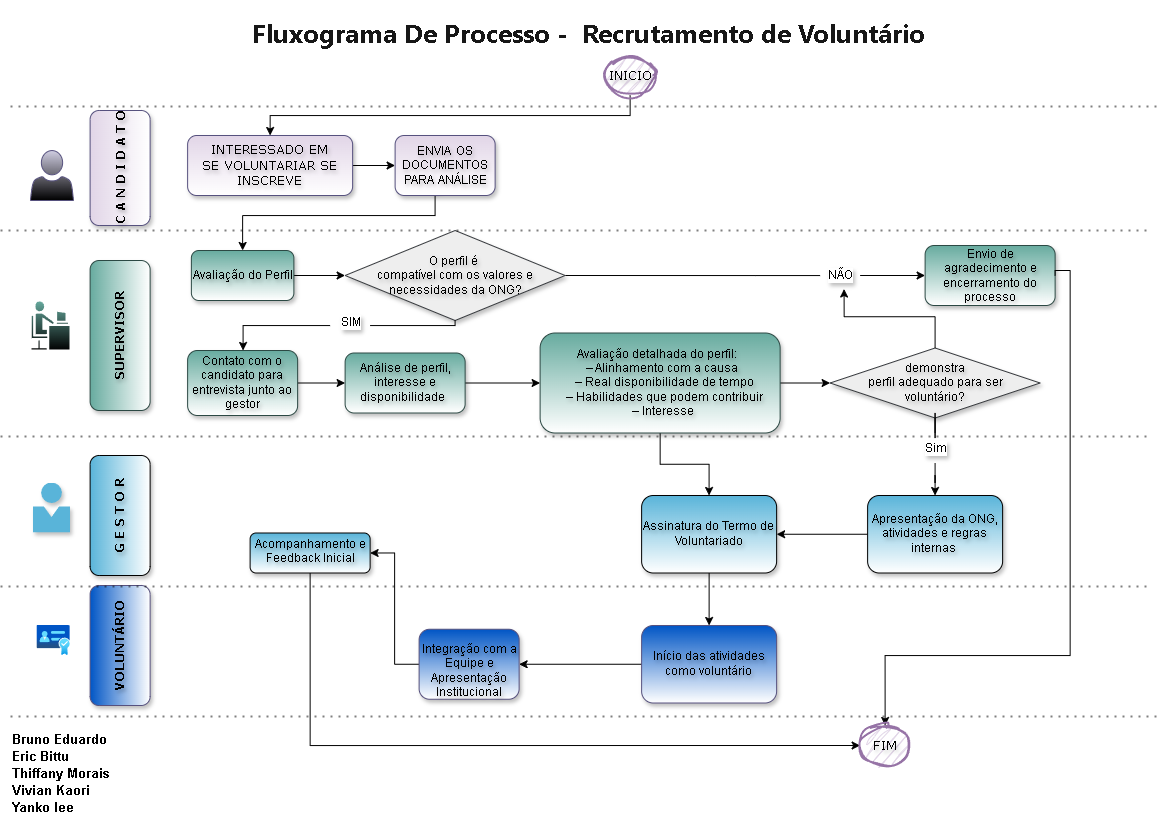
Above: FluxogramaDeProcesso.drawio.png in thiffanymorais/BancoDeDados (draw.io), before the change. Source tidied: cells renumbered, new cells last; positions are measured from the earlier drawing's top-left corner, leaving out a move shared by most shapes.
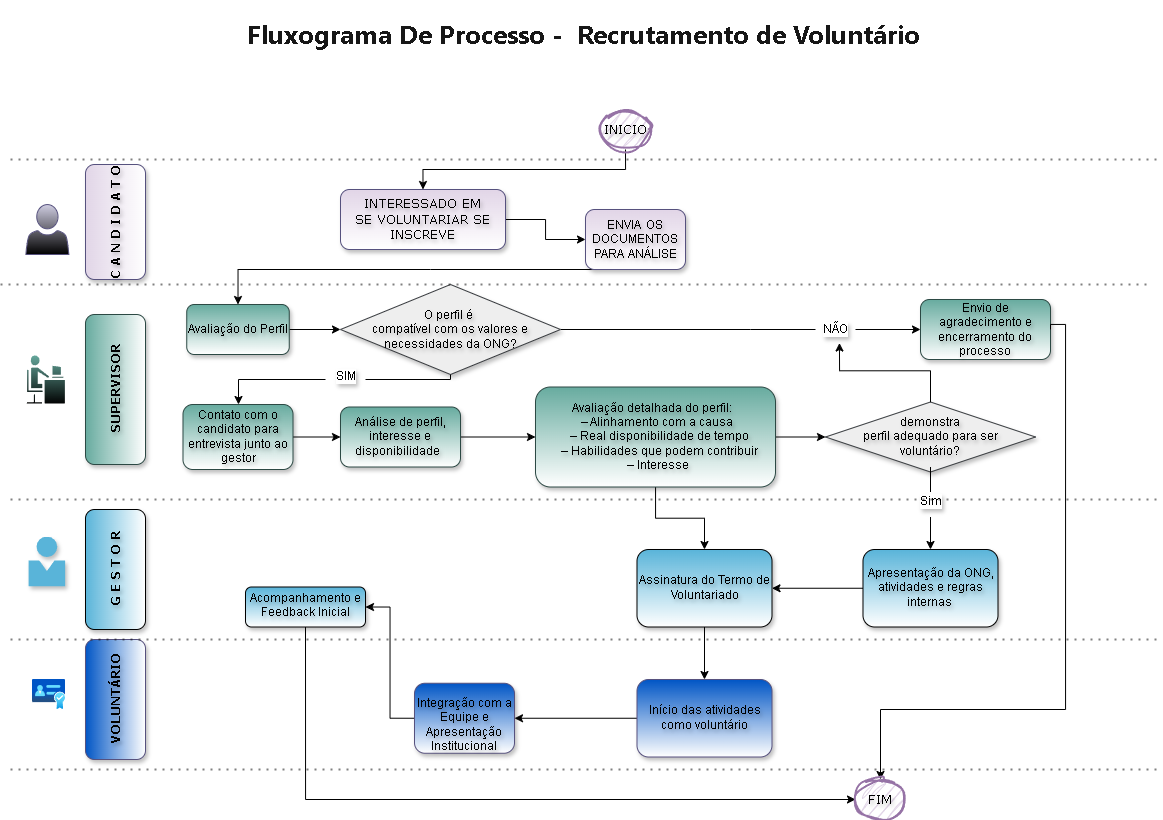
Later version of the same file.

Change to the diagram source:
```diff
@@ -17,7 +17,7 @@
       </mxGeometry>
     </mxCell>
     <mxCell id="5" value="ENVIA&amp;nbsp; OS DOCUMENTOS PARA&amp;nbsp; ANÁLISE" style="align=center;fillColor=light-dark(#e1d5e7, #3b394a);strokeColor=#56517e;shadow=1;fontFamily=Helvetica;spacingLeft=0;spacingBottom=1;spacingRight=0;whiteSpace=wrap;textShadow=1;labelBorderColor=none;html=1;spacing=0;rounded=1;verticalAlign=middle;fontSize=12;fontColor=default;labelBackgroundColor=none;gradientColor=#FFFFFF;" parent="1" vertex="1">
-      <mxGeometry x="394.6" y="109" width="100" height="60" as="geometry" />
+      <mxGeometry x="589.6" y="129" width="100" height="60" as="geometry" />
     </mxCell>
     <mxCell id="6" value="&lt;b&gt;C A N D I D A T O&lt;/b&gt;" style="rounded=1;fontFamily=Verdana;fontSize=12;labelBackgroundColor=none;rotation=-90;strokeColor=#56517e;shadow=1;fillColor=light-dark(#e1d5e7, #3b394a);fontColor=default;labelBorderColor=none;textShadow=1;gradientColor=#FFFFFF;spacingLeft=0;spacingBottom=1;spacingRight=0;whiteSpace=wrap;html=1;spacing=0;" parent="1" vertex="1">
       <mxGeometry x="62.1" y="111.5" width="115" height="60" as="geometry" />
@@ -69,21 +69,21 @@
     </mxCell>
     <mxCell id="19" style="endArrow=none;dashed=1;dashPattern=1 3;strokeWidth=2;rounded=0;strokeColor=#000000;align=center;verticalAlign=middle;fontFamily=Verdana;fontSize=12;fontColor=default;labelBorderColor=none;labelBackgroundColor=none;edgeStyle=orthogonalEdgeStyle;fillColor=#e1d5e7;fontStyle=1;spacingLeft=0;spacingBottom=1;spacingRight=0;textShadow=1;html=1;spacing=0;opacity=50;" parent="1" edge="1">
       <mxGeometry relative="1" as="geometry">
-        <mxPoint x="10" y="80" as="sourcePoint" />
-        <mxPoint x="1160" y="80" as="targetPoint" />
+        <mxPoint x="14.6" y="79" as="sourcePoint" />
+        <mxPoint x="1164.6" y="79" as="targetPoint" />
       </mxGeometry>
     </mxCell>
     <mxCell id="20" style="edgeStyle=orthogonalEdgeStyle;rounded=0;jettySize=auto;html=1;fontFamily=Helvetica;fontSize=13;fontColor=default;fontStyle=1;labelBorderColor=none;labelBackgroundColor=none;" parent="1" edge="1" source="21" target="5">
       <mxGeometry relative="1" as="geometry" />
     </mxCell>
     <mxCell id="21" value="INTERESSADO EM&lt;br&gt;SE VOLUNTARIAR&amp;nbsp;SE INSCREVE" style="align=center;fillColor=light-dark(#e1d5e7, #3b394a);strokeColor=#56517e;shadow=1;fontFamily=Verdana;spacingLeft=0;spacingBottom=1;spacingRight=0;whiteSpace=wrap;textShadow=1;labelBorderColor=none;html=1;spacing=0;rounded=1;verticalAlign=middle;fontSize=13;fontColor=default;labelBackgroundColor=none;gradientColor=#FFFFFF;" parent="1" vertex="1">
-      <mxGeometry x="187.1" y="109" width="165" height="60" as="geometry" />
+      <mxGeometry x="344.6" y="109" width="165" height="60" as="geometry" />
     </mxCell>
     <mxCell id="22" style="edgeStyle=orthogonalEdgeStyle;rounded=0;jettySize=auto;fontFamily=Helvetica;spacingLeft=0;spacingBottom=1;spacingRight=0;textShadow=1;labelBorderColor=none;html=1;spacing=0;fontSize=12;labelBackgroundColor=none;" parent="1" edge="1" source="23" target="11">
       <mxGeometry relative="1" as="geometry" />
     </mxCell>
     <mxCell id="23" value="Avaliação do Perfil" style="align=center;fillColor=light-dark(#67AB9F,#3B394A);strokeColor=light-dark(#2c4944, #a4a0c6);shadow=1;fontFamily=Helvetica;spacingLeft=0;spacingBottom=1;spacingRight=0;whiteSpace=wrap;textShadow=1;labelBorderColor=none;html=1;spacing=0;rounded=1;verticalAlign=middle;fontSize=12;fontColor=default;labelBackgroundColor=none;gradientColor=#FFFFFF;" parent="1" vertex="1">
-      <mxGeometry x="190.9" y="224" width="102.5" height="50" as="geometry" />
+      <mxGeometry x="190.8" y="224" width="102.5" height="50" as="geometry" />
     </mxCell>
     <mxCell id="24" style="edgeStyle=orthogonalEdgeStyle;rounded=0;jettySize=auto;html=1;fontFamily=Helvetica;fontSize=13;fontColor=default;fontStyle=1;labelBorderColor=none;labelBackgroundColor=none;" parent="1" edge="1" source="25" target="26">
       <mxGeometry relative="1" as="geometry" />
@@ -165,7 +165,7 @@
       <mxGeometry x="909.6" y="406.5" width="50" height="30" as="geometry" />
     </mxCell>
     <mxCell id="49" value="&lt;h1&gt;&lt;span style=&quot;color: rgb(23, 23, 23); font-family: -apple-system, BlinkMacSystemFont, &amp;quot;Segoe UI&amp;quot;, &amp;quot;Noto Sans&amp;quot;, Helvetica, Arial, sans-serif, &amp;quot;Apple Color Emoji&amp;quot;, &amp;quot;Segoe UI Emoji&amp;quot;; text-wrap-mode: wrap;&quot;&gt;&lt;font&gt;Fluxograma De Processo -&amp;nbsp; Recrutamento de Voluntário&lt;/font&gt;&lt;/span&gt;&lt;/h1&gt;" style="text;strokeColor=none;fillColor=none;html=1;fontSize=13;fontStyle=1;verticalAlign=middle;align=left;whiteSpace=wrap;textShadow=0;labelBorderColor=none;labelBackgroundColor=none;" parent="1" vertex="1">
-      <mxGeometry x="249.6" width="740" height="14" as="geometry" />
+      <mxGeometry x="249.6" y="-61" width="740" height="30" as="geometry" />
     </mxCell>
     <mxCell id="50" style="edgeStyle=orthogonalEdgeStyle;rounded=0;jettySize=auto;exitX=1;exitY=0.5;exitDx=0;exitDy=0;entryX=0.5;entryY=0;entryDx=0;entryDy=0;entryPerimeter=0;fontFamily=Helvetica;spacingLeft=0;spacingBottom=1;spacingRight=0;textShadow=1;labelBorderColor=none;html=1;spacing=0;fillColor=light-dark(#ffffff, #3b394a);fontSize=12;labelBackgroundColor=none;" parent="1" edge="1" source="26" target="51">
       <mxGeometry relative="1" as="geometry">
@@ -182,30 +182,30 @@
     </mxCell>
     <mxCell id="52" style="endArrow=none;dashed=1;dashPattern=1 3;strokeWidth=2;rounded=0;strokeColor=#000000;align=center;verticalAlign=middle;fontFamily=Verdana;fontSize=12;fontColor=default;labelBorderColor=none;labelBackgroundColor=none;edgeStyle=orthogonalEdgeStyle;fillColor=#e1d5e7;fontStyle=1;spacingLeft=0;spacingBottom=1;spacingRight=0;textShadow=1;html=1;spacing=0;opacity=50;" parent="1" edge="1">
       <mxGeometry relative="1" as="geometry">
-        <mxPoint y="560" as="sourcePoint" />
-        <mxPoint x="1150" y="560" as="targetPoint" />
+        <mxPoint x="14.6" y="559" as="sourcePoint" />
+        <mxPoint x="1164.6" y="559" as="targetPoint" />
       </mxGeometry>
     </mxCell>
     <mxCell id="53" style="endArrow=none;dashed=1;dashPattern=1 3;strokeWidth=2;rounded=0;strokeColor=#000000;align=center;verticalAlign=middle;fontFamily=Verdana;fontSize=12;fontColor=default;labelBorderColor=none;labelBackgroundColor=none;edgeStyle=orthogonalEdgeStyle;fillColor=#e1d5e7;fontStyle=1;spacingLeft=0;spacingBottom=1;spacingRight=0;textShadow=1;html=1;spacing=0;opacity=50;" parent="1" edge="1">
       <mxGeometry relative="1" as="geometry">
-        <mxPoint y="204" as="sourcePoint" />
-        <mxPoint x="1150" y="204" as="targetPoint" />
+        <mxPoint x="4.6" y="204" as="sourcePoint" />
+        <mxPoint x="1154.6" y="204" as="targetPoint" />
       </mxGeometry>
     </mxCell>
     <mxCell id="54" style="endArrow=none;dashed=1;dashPattern=1 3;strokeWidth=2;rounded=0;strokeColor=#000000;align=center;verticalAlign=middle;fontFamily=Verdana;fontSize=12;fontColor=default;labelBorderColor=none;labelBackgroundColor=none;edgeStyle=orthogonalEdgeStyle;fillColor=#e1d5e7;fontStyle=1;spacingLeft=0;spacingBottom=1;spacingRight=0;textShadow=1;html=1;spacing=0;opacity=50;" parent="1" edge="1">
       <mxGeometry relative="1" as="geometry">
-        <mxPoint x="10" y="690" as="sourcePoint" />
-        <mxPoint x="1160" y="690" as="targetPoint" />
+        <mxPoint x="14.6" y="689" as="sourcePoint" />
+        <mxPoint x="1164.6" y="689" as="targetPoint" />
       </mxGeometry>
     </mxCell>
     <mxCell id="55" style="endArrow=none;dashed=1;dashPattern=1 3;strokeWidth=2;rounded=0;strokeColor=#000000;align=center;verticalAlign=middle;fontFamily=Verdana;fontSize=12;fontColor=default;labelBorderColor=none;labelBackgroundColor=none;edgeStyle=orthogonalEdgeStyle;fillColor=#e1d5e7;fontStyle=1;spacingLeft=0;spacingBottom=1;spacingRight=0;textShadow=1;html=1;spacing=0;opacity=50;" parent="1" edge="1">
       <mxGeometry relative="1" as="geometry">
-        <mxPoint y="410" as="sourcePoint" />
-        <mxPoint x="1150" y="410" as="targetPoint" />
+        <mxPoint x="14.6" y="419" as="sourcePoint" />
+        <mxPoint x="1164.6" y="419" as="targetPoint" />
       </mxGeometry>
     </mxCell>
-    <mxCell id="56" value="&lt;div style=&quot;line-height: 20%;&quot;&gt;&lt;h3 style=&quot;line-height: 20%;&quot;&gt;&lt;font style=&quot;line-height: 20%; font-size: 13px;&quot;&gt;Bruno Eduardo&lt;/font&gt;&lt;/h3&gt;&lt;h3 style=&quot;line-height: 20%;&quot;&gt;&lt;font style=&quot;line-height: 20%; font-size: 13px;&quot;&gt;Eric Bittu&lt;/font&gt;&lt;/h3&gt;&lt;h3 style=&quot;line-height: 20%;&quot;&gt;&lt;font style=&quot;line-height: 20%; font-size: 13px;&quot;&gt;Thiffany Morais&lt;/font&gt;&lt;/h3&gt;&lt;h3 style=&quot;line-height: 20%;&quot;&gt;&lt;span style=&quot;background-color: transparent; color: light-dark(rgb(0, 0, 0), rgb(255, 255, 255)); line-height: 20%;&quot;&gt;&lt;font style=&quot;font-size: 13px;&quot;&gt;Vivian Kaori&lt;/font&gt;&lt;/span&gt;&lt;/h3&gt;&lt;h3 style=&quot;line-height: 20%;&quot;&gt;&lt;span style=&quot;background-color: transparent; color: light-dark(rgb(0, 0, 0), rgb(255, 255, 255)); line-height: 20%;&quot;&gt;&lt;font style=&quot;font-size: 13px;&quot;&gt;Yanko lee&lt;/font&gt;&lt;/span&gt;&lt;/h3&gt;&lt;div&gt;&lt;/div&gt;&lt;/div&gt;" style="text;html=1;align=left;verticalAlign=middle;whiteSpace=wrap;rounded=0;fontFamily=Helvetica;fontSize=12;fontColor=default;fontStyle=1;labelBorderColor=none;labelBackgroundColor=none;" parent="1" vertex="1">
-      <mxGeometry x="10" y="697" width="251.6" height="100" as="geometry" />
+    <mxCell id="56" value="&lt;div style=&quot;line-height: 20%;&quot;&gt;&lt;h3 style=&quot;line-height: 20%;&quot;&gt;&lt;br&gt;&lt;/h3&gt;&lt;div&gt;&lt;/div&gt;&lt;/div&gt;" style="text;html=1;align=left;verticalAlign=middle;whiteSpace=wrap;rounded=0;fontFamily=Helvetica;fontSize=12;fontColor=default;fontStyle=1;labelBorderColor=none;labelBackgroundColor=none;" parent="1" vertex="1">
+      <mxGeometry x="14.6" y="-21" width="251.6" height="100" as="geometry" />
     </mxCell>
   </root>
 </mxGraphModel>
```
